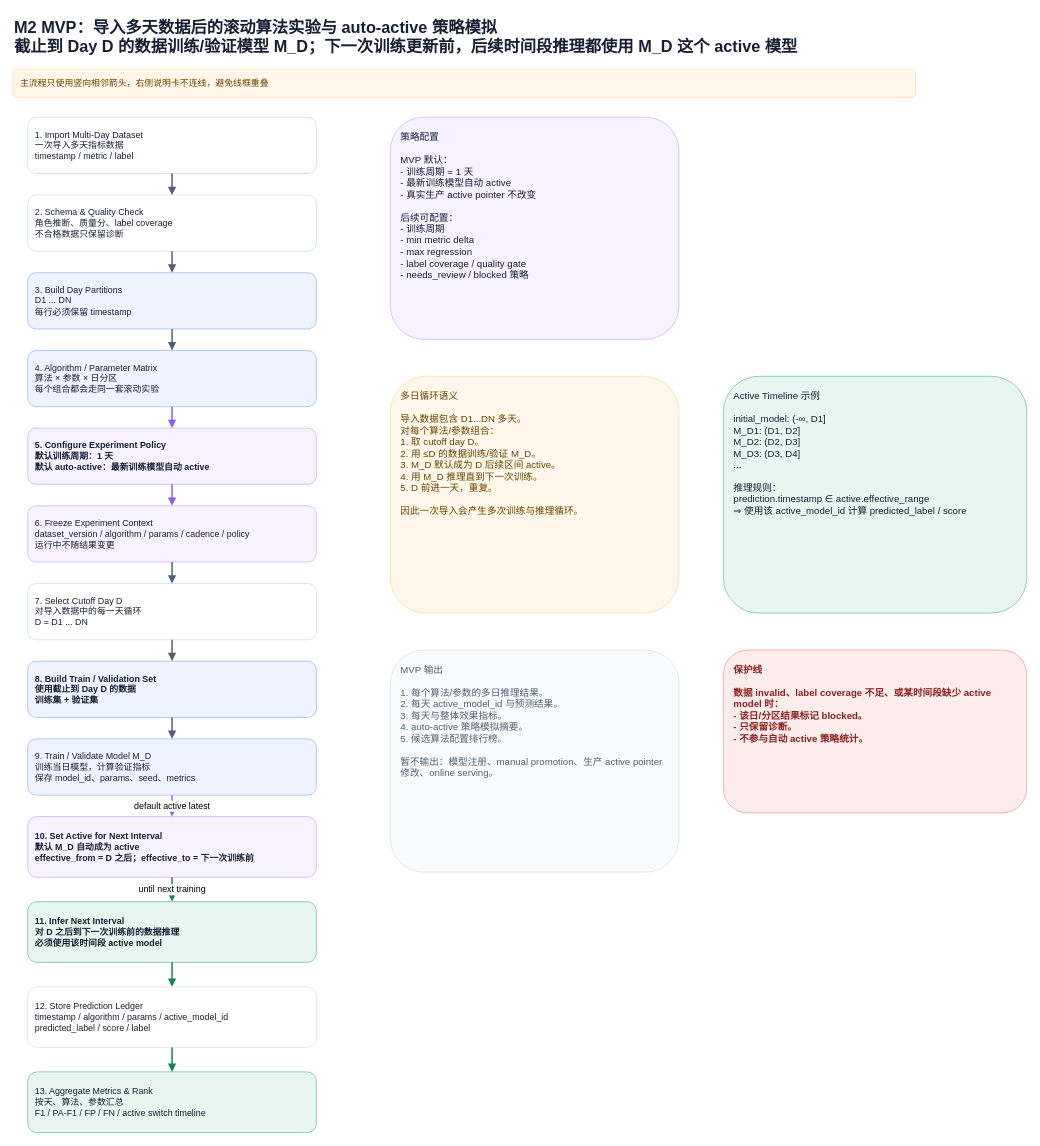
Above: next-aiops-system/nextaiops-algo-app/docs/product/ui/offline-model-lifecycle.drawio in weanl/ai-native-playbook (draw.io), before the change. Source tidied: cells renumbered, new cells numbered last; positions are measured from the earlier drawing's top-left corner, leaving out a move shared by most shapes. Both pictures are drawn from the tidied source at 74%, with x=0, y=0 at pixel (13, 13).
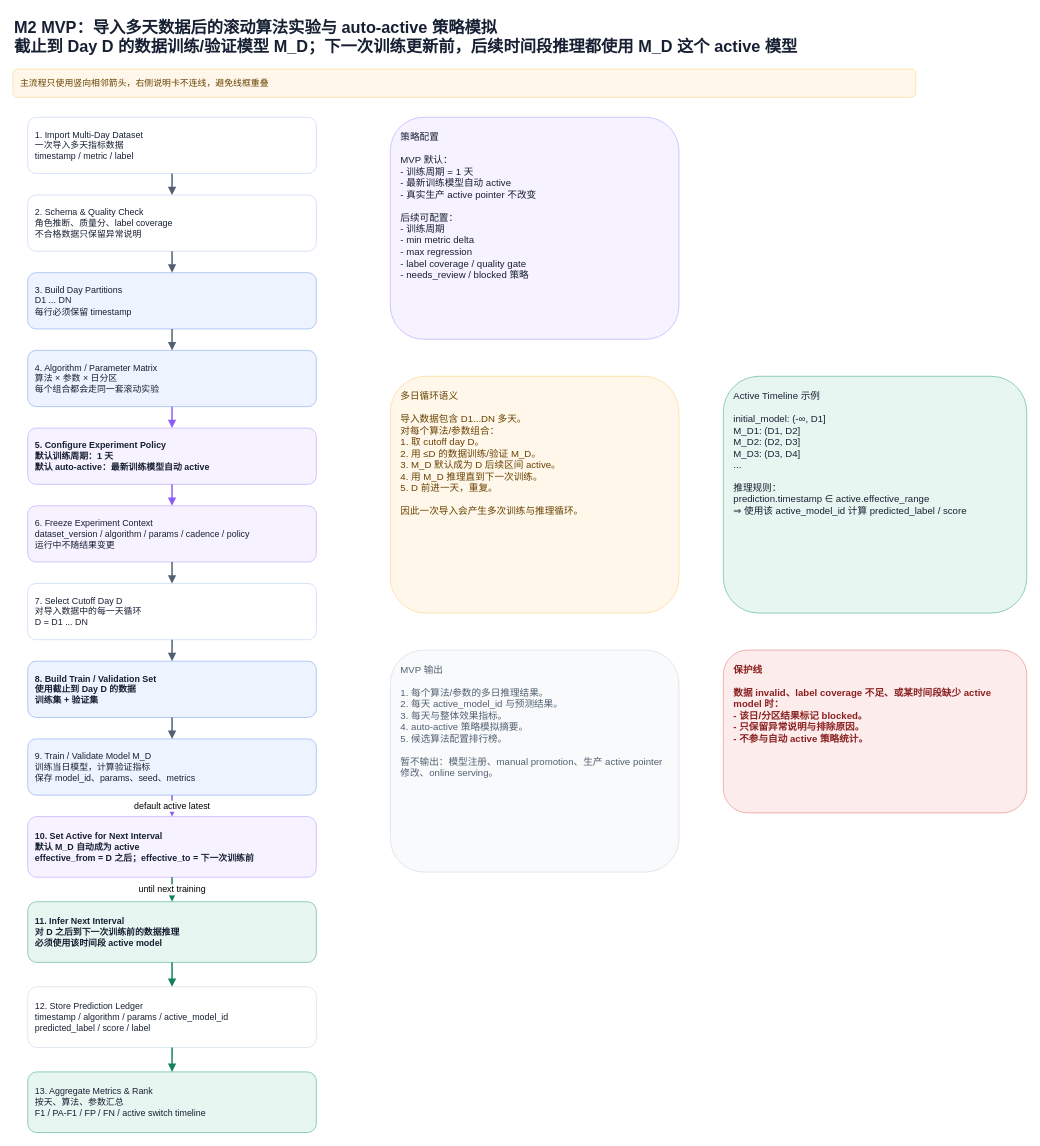
The same diagram, later.

What changed in the source:
```diff
@@
-    <mxCell id="5" value="2. Schema &amp; Quality Check&#10;角色推断、质量分、label coverage&#10;不合格数据只保留诊断" style="rounded=1;whiteSpace=wrap;html=1;fillColor=#ffffff;strokeColor=#c9d8f6;fontColor=#172033;align=left;verticalAlign=middle;spacing=10;fontSize=12;" parent="1" vertex="1">
+    <mxCell id="5" value="2. Schema &amp; Quality Check&#10;角色推断、质量分、label coverage&#10;不合格数据只保留异常说明" style="rounded=1;whiteSpace=wrap;html=1;fillColor=#ffffff;strokeColor=#c9d8f6;fontColor=#172033;align=left;verticalAlign=middle;spacing=10;fontSize=12;" parent="1" vertex="1">
       <mxGeometry x="20" y="246" width="390" height="76" as="geometry" />
     </mxCell>
@@
-    <mxCell id="21" value="保护线&#10;&#10;数据 invalid、label coverage 不足、或某时间段缺少 active model 时：&#10;- 该日/分区结果标记 blocked。&#10;- 只保留诊断。&#10;- 不参与自动 active 策略统计。" style="rounded=1;whiteSpace=wrap;html=1;fillColor=#fdecec;strokeColor=#ee9a9a;fontColor=#8a1f1f;align=left;verticalAlign=top;spacing=14;fontSize=13;fontStyle=1;" parent="1" vertex="1">
+    <mxCell id="21" value="保护线&#10;&#10;数据 invalid、label coverage 不足、或某时间段缺少 active model 时：&#10;- 该日/分区结果标记 blocked。&#10;- 只保留异常说明与排除原因。&#10;- 不参与自动 active 策略统计。" style="rounded=1;whiteSpace=wrap;html=1;fillColor=#fdecec;strokeColor=#ee9a9a;fontColor=#8a1f1f;align=left;verticalAlign=top;spacing=14;fontSize=13;fontStyle=1;" parent="1" vertex="1">
       <mxGeometry x="960" y="861" width="410" height="220" as="geometry" />
     </mxCell>
```
